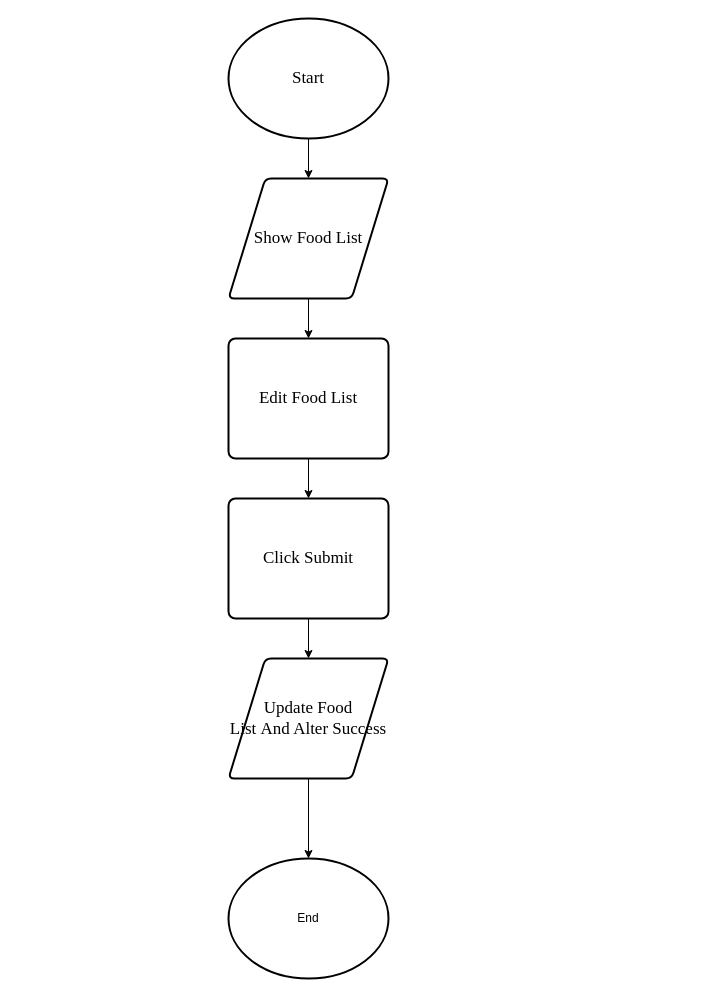
The draw.io diagram page "Edit Food" (11 of 15) of document/diagram/flowchart.drawio in daomtthuan/do-an, before the edit. Source tidied: cells renumbered, new cells numbered last; positions are measured from the earlier drawing's top-left corner, leaving out a move shared by most shapes. Both pictures are drawn from the tidied source at 100%, with x=0, y=0 at pixel (228, 18).
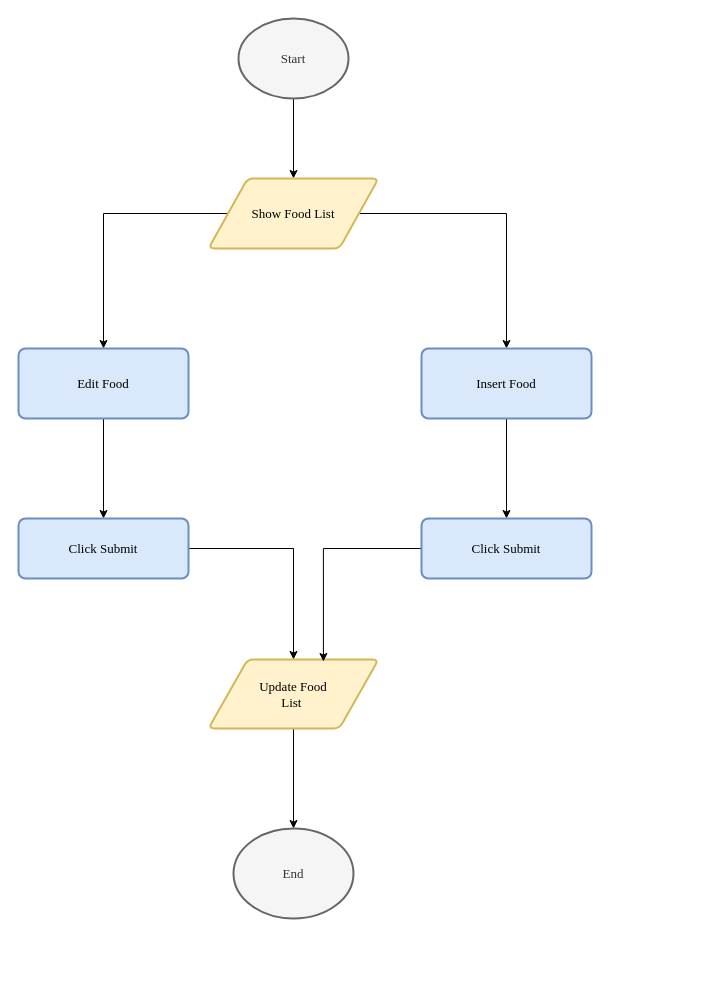
Above is the later version.

The edit, as a diff of the source:
```diff
@@
-    <mxCell id="2" style="edgeStyle=orthogonalEdgeStyle;rounded=0;jettySize=auto;html=1;" parent="1" edge="1" source="3" target="5">
+    <mxCell id="2" style="edgeStyle=orthogonalEdgeStyle;rounded=0;jettySize=auto;html=1;fontFamily=Times New Roman;fontSize=13;" parent="1" edge="1" source="3" target="5">
       <mxGeometry relative="1" as="geometry" />
     </mxCell>
-    <mxCell id="3" value="&lt;font style=&quot;font-size: 17px&quot; face=&quot;Times New Roman&quot;&gt;Start&lt;/font&gt;" style="strokeWidth=2;html=1;shape=mxgraph.flowchart.start_1;whiteSpace=wrap;" parent="1" vertex="1">
-      <mxGeometry width="160" height="120" as="geometry" />
+    <mxCell id="3" value="&lt;font style=&quot;font-size: 13px;&quot;&gt;Start&lt;/font&gt;" style="strokeWidth=2;html=1;shape=mxgraph.flowchart.start_1;whiteSpace=wrap;fontFamily=Times New Roman;fontSize=13;fillColor=#f5f5f5;strokeColor=#666666;fontColor=#333333;" parent="1" vertex="1">
+      <mxGeometry x="10" width="110" height="80" as="geometry" />
     </mxCell>
-    <mxCell id="4" style="edgeStyle=orthogonalEdgeStyle;rounded=0;jettySize=auto;html=1;" parent="1" edge="1" source="5" target="7">
+    <mxCell id="4" style="edgeStyle=orthogonalEdgeStyle;rounded=0;jettySize=auto;html=1;fontFamily=Times New Roman;fontSize=13;" parent="1" edge="1" source="5" target="7">
       <mxGeometry relative="1" as="geometry" />
     </mxCell>
+    <mxCell id="14" style="edgeStyle=orthogonalEdgeStyle;rounded=0;jettySize=auto;html=1;fontFamily=Times New Roman;fontSize=13;" parent="1" edge="1" source="5" target="17">
+      <mxGeometry relative="1" as="geometry" />
+    </mxCell>
-    <mxCell id="5" value="&lt;font face=&quot;Times New Roman&quot; style=&quot;font-size: 17px&quot;&gt;Show Food List&lt;/font&gt;" style="shape=parallelogram;html=1;strokeWidth=2;perimeter=parallelogramPerimeter;whiteSpace=wrap;rounded=1;arcSize=12;size=0.23;" parent="1" vertex="1">
-      <mxGeometry y="160" width="160" height="120" as="geometry" />
+    <mxCell id="5" value="&lt;font style=&quot;font-size: 13px;&quot;&gt;Show Food List&lt;/font&gt;" style="shape=parallelogram;html=1;strokeWidth=2;perimeter=parallelogramPerimeter;whiteSpace=wrap;rounded=1;arcSize=12;size=0.23;fontFamily=Times New Roman;fontSize=13;fillColor=#fff2cc;strokeColor=#d6b656;" parent="1" vertex="1">
+      <mxGeometry x="-20" y="160" width="170" height="70" as="geometry" />
     </mxCell>
-    <mxCell id="6" style="edgeStyle=orthogonalEdgeStyle;rounded=0;jettySize=auto;html=1;" parent="1" edge="1" source="7" target="9">
+    <mxCell id="6" style="edgeStyle=orthogonalEdgeStyle;rounded=0;jettySize=auto;html=1;fontFamily=Times New Roman;fontSize=13;" parent="1" edge="1" source="7" target="9">
       <mxGeometry relative="1" as="geometry" />
     </mxCell>
-    <mxCell id="7" value="&lt;font style=&quot;font-size: 17px&quot; face=&quot;Times New Roman&quot;&gt;Edit Food List&lt;/font&gt;" style="rounded=1;whiteSpace=wrap;html=1;absoluteArcSize=1;arcSize=14;strokeWidth=2;" parent="1" vertex="1">
-      <mxGeometry y="320" width="160" height="120" as="geometry" />
+    <mxCell id="7" value="&lt;font style=&quot;font-size: 13px;&quot;&gt;Edit Food&lt;/font&gt;" style="rounded=1;whiteSpace=wrap;html=1;absoluteArcSize=1;arcSize=14;strokeWidth=2;fontFamily=Times New Roman;fontSize=13;fillColor=#dae8fc;strokeColor=#6c8ebf;" parent="1" vertex="1">
+      <mxGeometry x="-210" y="330" width="170" height="70" as="geometry" />
     </mxCell>
-    <mxCell id="8" style="edgeStyle=orthogonalEdgeStyle;rounded=0;jettySize=auto;html=1;" parent="1" edge="1" source="9" target="11">
+    <mxCell id="8" style="edgeStyle=orthogonalEdgeStyle;rounded=0;jettySize=auto;html=1;fontFamily=Times New Roman;fontSize=13;" parent="1" edge="1" source="9" target="11">
       <mxGeometry relative="1" as="geometry" />
     </mxCell>
-    <mxCell id="9" value="&lt;font style=&quot;font-size: 17px&quot; face=&quot;Times New Roman&quot;&gt;Click Submit&lt;/font&gt;" style="rounded=1;whiteSpace=wrap;html=1;absoluteArcSize=1;arcSize=14;strokeWidth=2;" parent="1" vertex="1">
-      <mxGeometry y="480" width="160" height="120" as="geometry" />
+    <mxCell id="9" value="&lt;font style=&quot;font-size: 13px;&quot;&gt;Click Submit&lt;/font&gt;" style="rounded=1;whiteSpace=wrap;html=1;absoluteArcSize=1;arcSize=14;strokeWidth=2;fontFamily=Times New Roman;fontSize=13;fillColor=#dae8fc;strokeColor=#6c8ebf;" parent="1" vertex="1">
+      <mxGeometry x="-210" y="500" width="170" height="60" as="geometry" />
     </mxCell>
-    <mxCell id="10" style="edgeStyle=orthogonalEdgeStyle;rounded=0;jettySize=auto;html=1;fontFamily=Times New Roman;fontSize=17;" parent="1" edge="1" source="11" target="13">
+    <mxCell id="10" style="edgeStyle=orthogonalEdgeStyle;rounded=0;jettySize=auto;html=1;fontFamily=Times New Roman;fontSize=13;" parent="1" edge="1" source="11" target="13">
       <mxGeometry relative="1" as="geometry" />
     </mxCell>
-    <mxCell id="11" value="&lt;font style=&quot;font-size: 17px&quot; face=&quot;Times New Roman&quot;&gt;Update Food &lt;br&gt;List&amp;nbsp;&lt;/font&gt;&lt;span style=&quot;font-family: &amp;#34;times new roman&amp;#34; ; font-size: 17px&quot;&gt;And Alter Success&lt;/span&gt;" style="shape=parallelogram;html=1;strokeWidth=2;perimeter=parallelogramPerimeter;whiteSpace=wrap;rounded=1;arcSize=12;size=0.23;" parent="1" vertex="1">
-      <mxGeometry y="640" width="160" height="120" as="geometry" />
+    <mxCell id="11" value="&lt;font style=&quot;font-size: 13px;&quot;&gt;Update Food &lt;br style=&quot;font-size: 13px;&quot;&gt;List&amp;nbsp;&lt;/font&gt;" style="shape=parallelogram;html=1;strokeWidth=2;perimeter=parallelogramPerimeter;whiteSpace=wrap;rounded=1;arcSize=12;size=0.23;fontFamily=Times New Roman;fontSize=13;fillColor=#fff2cc;strokeColor=#d6b656;" parent="1" vertex="1">
+      <mxGeometry x="-20" y="641" width="170" height="69" as="geometry" />
     </mxCell>
-    <mxCell id="12" value="&amp;nbsp;" style="text;html=1;align=left;verticalAlign=top;spacingTop=-4;" parent="1" vertex="1">
+    <mxCell id="12" value="&amp;nbsp;" style="text;html=1;align=left;verticalAlign=top;spacingTop=-4;fontFamily=Times New Roman;fontSize=13;" parent="1" vertex="1">
       <mxGeometry x="258" y="701" width="20" height="20" as="geometry" />
     </mxCell>
-    <mxCell id="13" value="End" style="strokeWidth=2;html=1;shape=mxgraph.flowchart.start_1;whiteSpace=wrap;" parent="1" vertex="1">
-      <mxGeometry y="840" width="160" height="120" as="geometry" />
+    <mxCell id="13" value="End" style="strokeWidth=2;html=1;shape=mxgraph.flowchart.start_1;whiteSpace=wrap;fontFamily=Times New Roman;fontSize=13;fillColor=#f5f5f5;strokeColor=#666666;fontColor=#333333;" parent="1" vertex="1">
+      <mxGeometry x="5" y="810" width="120" height="90" as="geometry" />
     </mxCell>
+    <mxCell id="15" value="&amp;nbsp;" style="text;html=1;align=left;verticalAlign=top;spacingTop=-4;fontSize=13;fontFamily=Times New Roman;" parent="1" vertex="1">
+      <mxGeometry x="299" y="567" width="20" height="20" as="geometry" />
+    </mxCell>
+    <mxCell id="16" style="edgeStyle=orthogonalEdgeStyle;rounded=0;jettySize=auto;html=1;fontFamily=Times New Roman;fontSize=13;" parent="1" edge="1" source="17" target="19">
+      <mxGeometry relative="1" as="geometry" />
+    </mxCell>
+    <mxCell id="17" value="&lt;font style=&quot;font-size: 13px;&quot;&gt;Insert Food&lt;/font&gt;" style="rounded=1;whiteSpace=wrap;html=1;absoluteArcSize=1;arcSize=14;strokeWidth=2;fontFamily=Times New Roman;fontSize=13;fillColor=#dae8fc;strokeColor=#6c8ebf;" parent="1" vertex="1">
+      <mxGeometry x="193" y="330" width="170" height="70" as="geometry" />
+    </mxCell>
+    <mxCell id="18" style="edgeStyle=orthogonalEdgeStyle;rounded=0;jettySize=auto;html=1;entryX=0.676;entryY=0.029;entryDx=0;entryDy=0;entryPerimeter=0;fontFamily=Times New Roman;fontSize=13;" parent="1" edge="1" source="19" target="11">
+      <mxGeometry relative="1" as="geometry" />
+    </mxCell>
+    <mxCell id="19" value="&lt;font style=&quot;font-size: 13px;&quot;&gt;Click Submit&lt;/font&gt;" style="rounded=1;whiteSpace=wrap;html=1;absoluteArcSize=1;arcSize=14;strokeWidth=2;fontFamily=Times New Roman;fontSize=13;fillColor=#dae8fc;strokeColor=#6c8ebf;" parent="1" vertex="1">
+      <mxGeometry x="193" y="500" width="170" height="60" as="geometry" />
+    </mxCell>
+    <mxCell id="20" value="&amp;nbsp;&amp;nbsp;" style="text;html=1;align=left;verticalAlign=top;spacingTop=-4;fontSize=13;fontFamily=Times New Roman;" parent="1" vertex="1">
+      <mxGeometry x="440" y="278" width="20" height="20" as="geometry" />
+    </mxCell>
```
